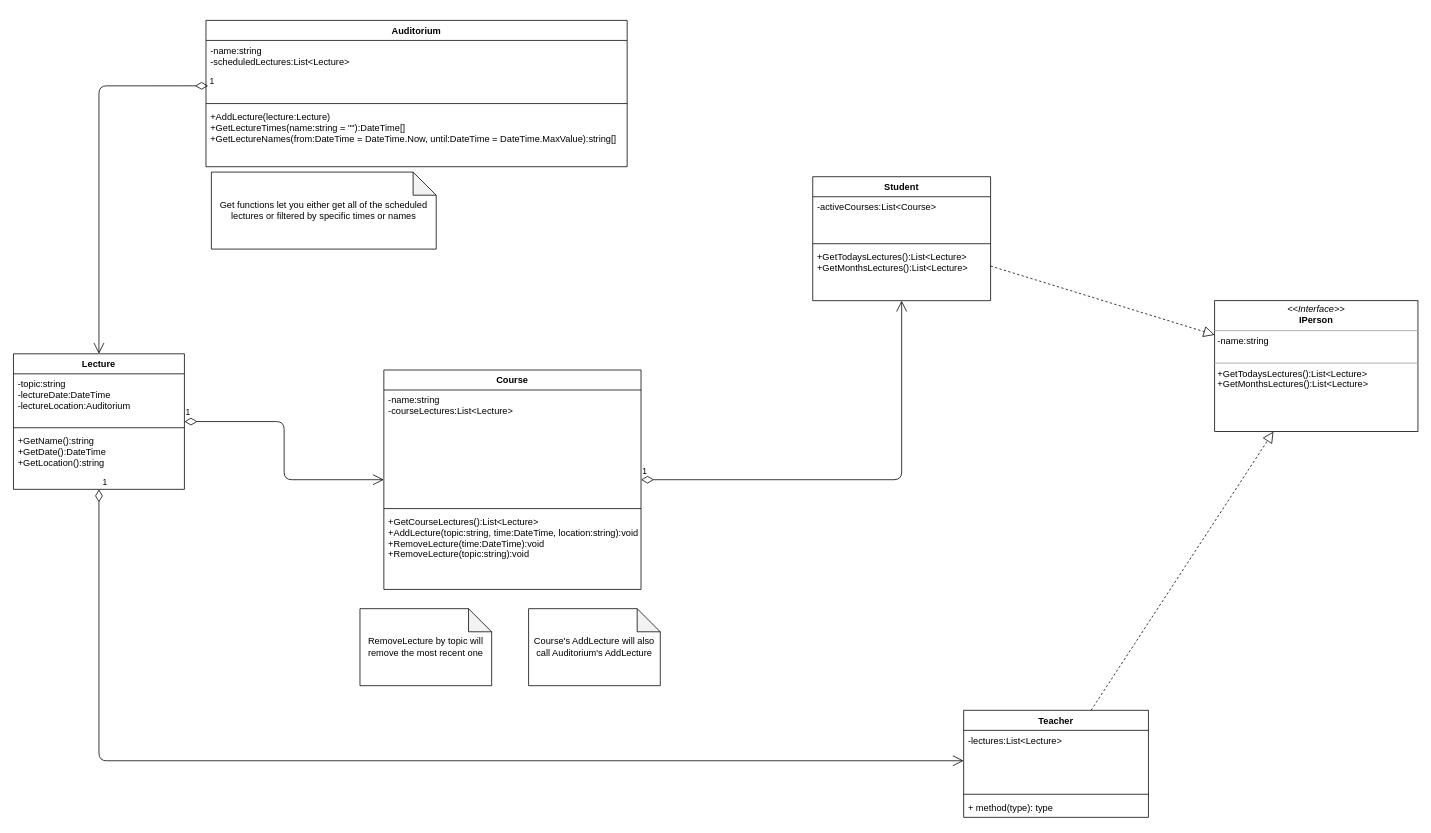
igor2080/University keeps this draw.io diagram as University.drawio. Above is the earlier version. Source tidied: cells renumbered, new cells numbered last; positions are measured from the earlier drawing's top-left corner, leaving out a move shared by most shapes. Both pictures are drawn from the tidied source at 77%, with x=0, y=0 at pixel (13, 20).
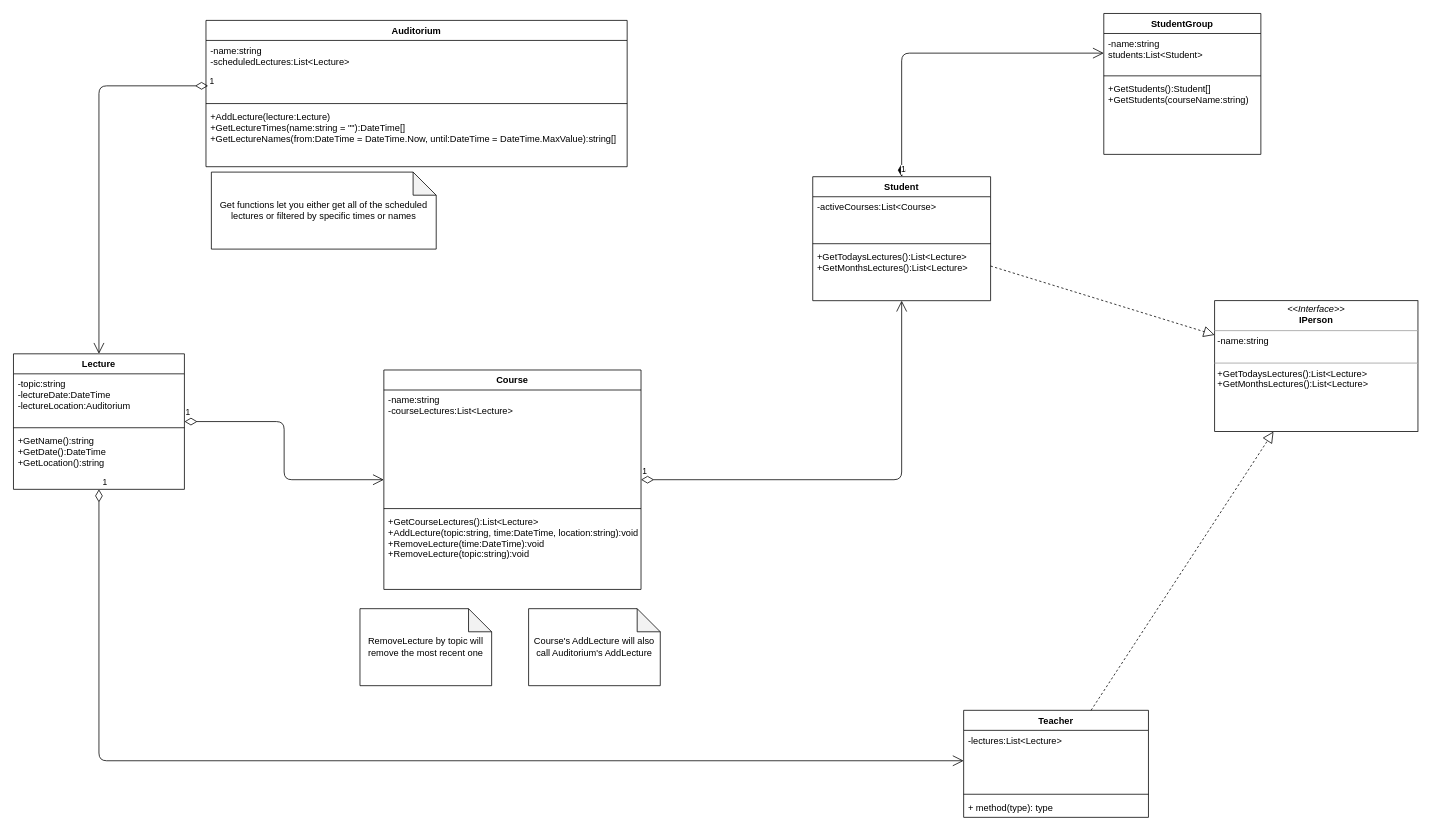
After the change.

Commit message (it also covers changes not shown here):
add student group

The change refers to these unchanged cells:
```xml
<mxCell id="2" value="Student" style="swimlane;fontStyle=1;align=center;verticalAlign=top;horizontal=1;startSize=26;" parent="1" vertex="1">
  <mxGeometry x="1038" y="203" width="231" height="161" as="geometry" />
</mxCell>
```

The edit, as a diff of the source:
```diff
@@
+    <mxCell id="32" value="StudentGroup" style="swimlane;fontStyle=1;align=center;verticalAlign=top;horizontal=1;startSize=26;" parent="1" vertex="1">
+      <mxGeometry x="1416" y="-9" width="204" height="183" as="geometry" />
+    </mxCell>
+    <mxCell id="33" value="-name:string&#10;students:List&lt;Student&gt;" style="text;strokeColor=none;fillColor=none;align=left;verticalAlign=top;spacingLeft=4;spacingRight=4;overflow=hidden;points=[[0,0.5],[1,0.5]];portConstraint=eastwest;" parent="32" vertex="1">
+      <mxGeometry y="26" width="204" height="51" as="geometry" />
+    </mxCell>
+    <mxCell id="34" style="line;strokeWidth=1;fillColor=none;align=left;verticalAlign=middle;spacingTop=-1;spacingLeft=3;spacingRight=3;labelPosition=right;" parent="32" vertex="1">
+      <mxGeometry y="77" width="204" height="8" as="geometry" />
+    </mxCell>
+    <mxCell id="35" value="+GetStudents():Student[]&#10;+GetStudents(courseName:string)&#10;" style="text;strokeColor=none;fillColor=none;align=left;verticalAlign=top;spacingLeft=4;spacingRight=4;overflow=hidden;" parent="32" vertex="1">
+      <mxGeometry y="85" width="204" height="98" as="geometry" />
+    </mxCell>
+    <mxCell id="36" value="1" style="endArrow=open;html=1;endSize=12;startArrow=diamondThin;startSize=14;startFill=1;edgeStyle=orthogonalEdgeStyle;align=left;verticalAlign=bottom;entryX=0;entryY=0.5;entryDx=0;entryDy=0;" parent="1" edge="1" source="2" target="33">
+      <mxGeometry x="-1" y="3" relative="1" as="geometry" />
+    </mxCell>
```
